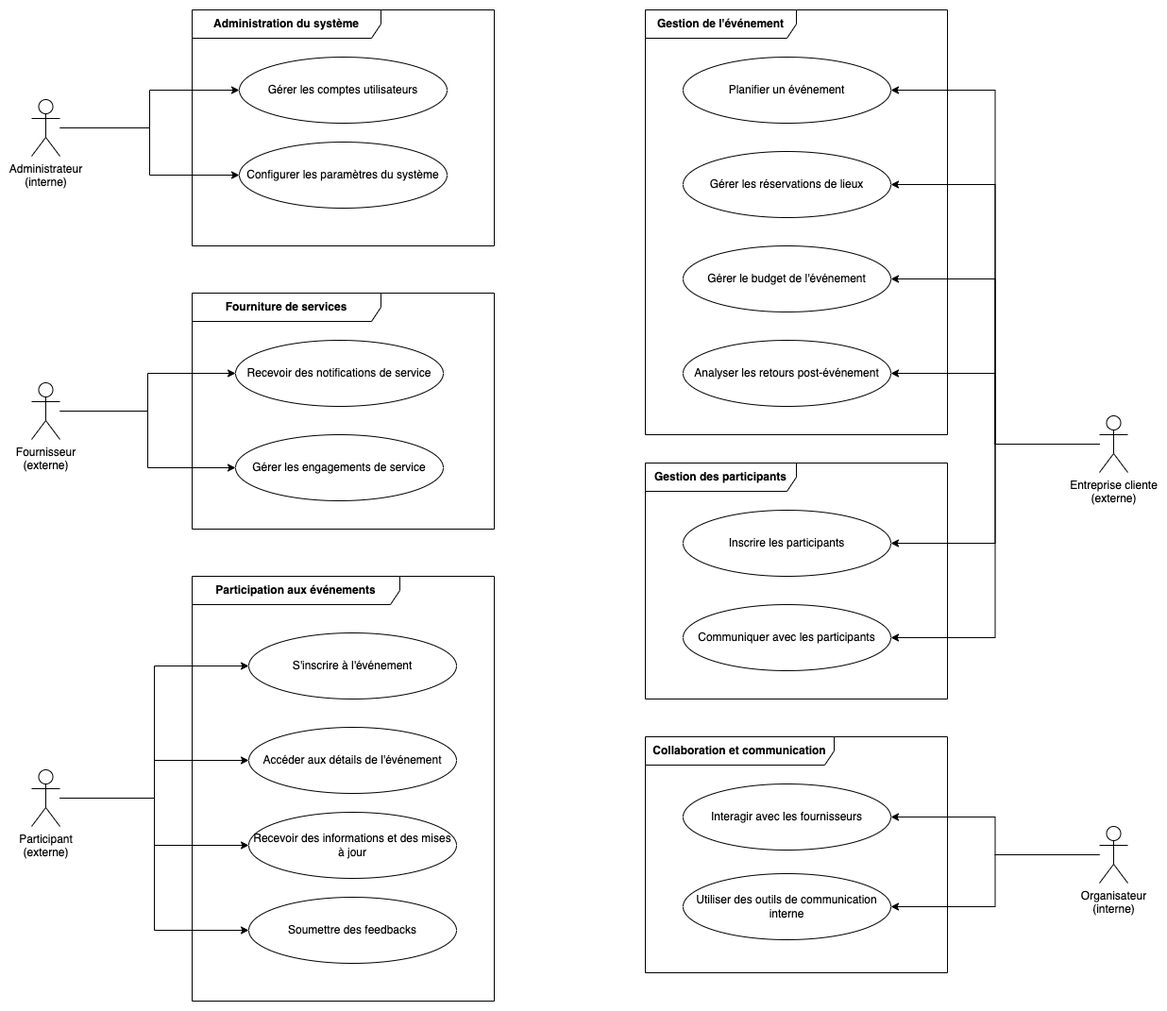
This is UML/Exercices/Correction/02a - Cas d'Utilisation - Diagramme.png from nicolasvauchenet/cours_methodologie_1, a draw.io export, as it was before one commit. Source tidied: cells renumbered, new cells last; positions are measured from the earlier drawing's top-left corner, leaving out a move shared by most shapes.
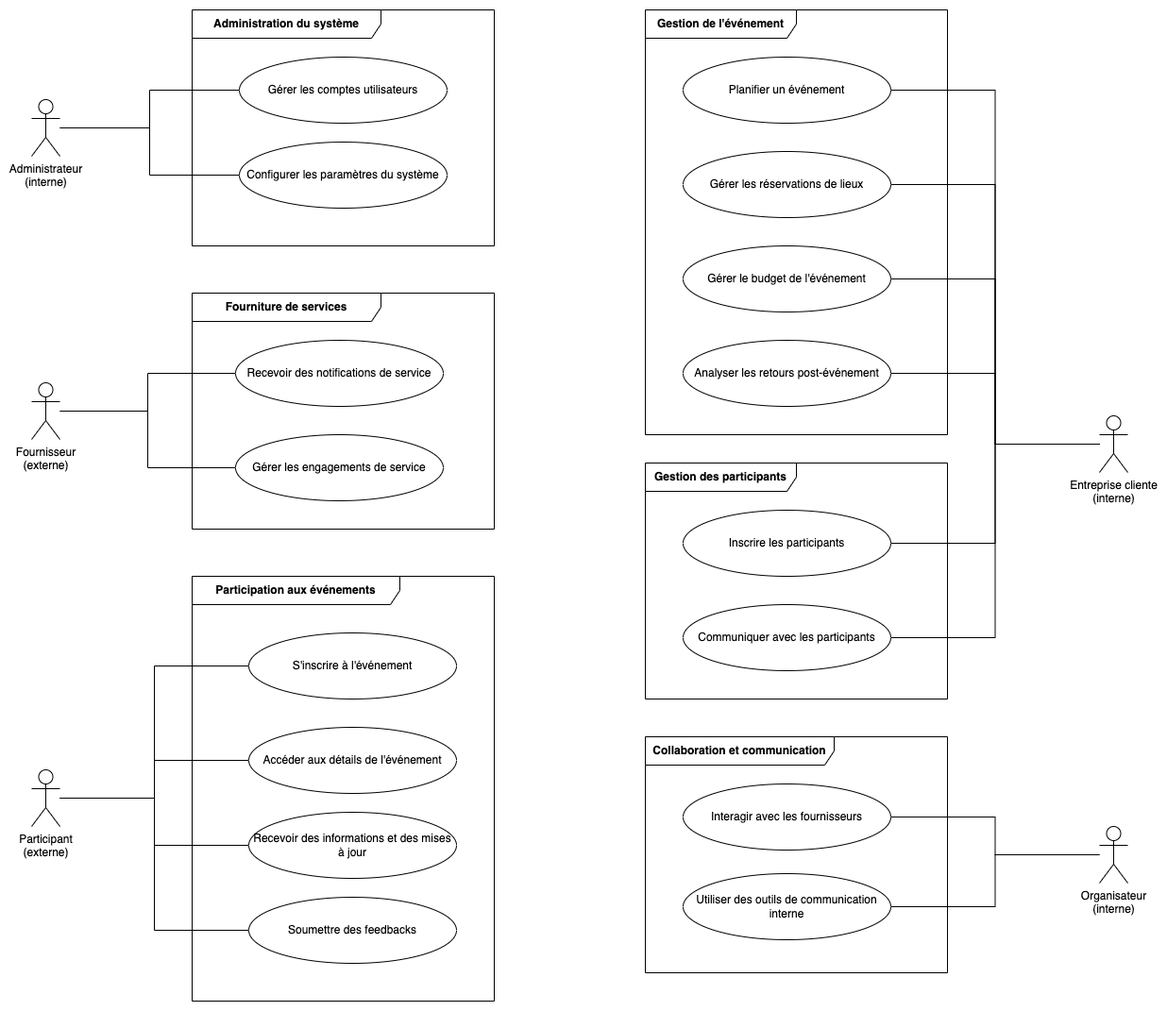
The same diagram one commit later.

Commit message:
Fix Use Case - Exercice a

Diff of the diagram source:
```diff
@@ -2,64 +2,64 @@
   <root>
     <mxCell id="0" />
     <mxCell id="1" parent="0" />
-    <mxCell id="2" style="edgeStyle=orthogonalEdgeStyle;rounded=0;jettySize=auto;html=1;entryX=0;entryY=0.5;entryDx=0;entryDy=0;" parent="1" edge="1" source="4" target="23">
+    <mxCell id="2" style="edgeStyle=orthogonalEdgeStyle;rounded=0;jettySize=auto;html=1;entryX=0;entryY=0.5;entryDx=0;entryDy=0;endArrow=none;endFill=0;" parent="1" edge="1" source="4" target="23">
       <mxGeometry relative="1" as="geometry" />
     </mxCell>
-    <mxCell id="3" style="edgeStyle=orthogonalEdgeStyle;rounded=0;jettySize=auto;html=1;entryX=0;entryY=0.5;entryDx=0;entryDy=0;" parent="1" edge="1" source="4" target="24">
+    <mxCell id="3" style="edgeStyle=orthogonalEdgeStyle;rounded=0;jettySize=auto;html=1;entryX=0;entryY=0.5;entryDx=0;entryDy=0;endArrow=none;endFill=0;" parent="1" edge="1" source="4" target="24">
       <mxGeometry relative="1" as="geometry" />
     </mxCell>
     <mxCell id="4" value="Administrateur&lt;br&gt;(interne)" style="shape=umlActor;verticalLabelPosition=bottom;verticalAlign=top;html=1;outlineConnect=0;" parent="1" vertex="1">
       <mxGeometry y="95" width="30" height="60" as="geometry" />
     </mxCell>
-    <mxCell id="5" style="edgeStyle=orthogonalEdgeStyle;rounded=0;jettySize=auto;html=1;entryX=1;entryY=0.5;entryDx=0;entryDy=0;" parent="1" edge="1" source="7" target="36">
+    <mxCell id="5" style="edgeStyle=orthogonalEdgeStyle;rounded=0;jettySize=auto;html=1;entryX=1;entryY=0.5;entryDx=0;entryDy=0;endArrow=none;endFill=0;" parent="1" edge="1" source="7" target="36">
       <mxGeometry relative="1" as="geometry" />
     </mxCell>
-    <mxCell id="6" style="edgeStyle=orthogonalEdgeStyle;rounded=0;jettySize=auto;html=1;entryX=1;entryY=0.5;entryDx=0;entryDy=0;" parent="1" edge="1" source="7" target="37">
+    <mxCell id="6" style="edgeStyle=orthogonalEdgeStyle;rounded=0;jettySize=auto;html=1;entryX=1;entryY=0.5;entryDx=0;entryDy=0;endArrow=none;endFill=0;" parent="1" edge="1" source="7" target="37">
       <mxGeometry relative="1" as="geometry" />
     </mxCell>
     <mxCell id="7" value="Organisateur&lt;br&gt;(interne)" style="shape=umlActor;verticalLabelPosition=bottom;verticalAlign=top;html=1;outlineConnect=0;" parent="1" vertex="1">
       <mxGeometry x="1131" y="865" width="30" height="60" as="geometry" />
     </mxCell>
-    <mxCell id="8" style="edgeStyle=orthogonalEdgeStyle;rounded=0;jettySize=auto;html=1;entryX=1;entryY=0.5;entryDx=0;entryDy=0;" parent="1" edge="1" source="14" target="28">
+    <mxCell id="8" style="edgeStyle=orthogonalEdgeStyle;rounded=0;jettySize=auto;html=1;entryX=1;entryY=0.5;entryDx=0;entryDy=0;endArrow=none;endFill=0;" parent="1" edge="1" source="14" target="28">
       <mxGeometry relative="1" as="geometry" />
     </mxCell>
-    <mxCell id="9" style="edgeStyle=orthogonalEdgeStyle;rounded=0;jettySize=auto;html=1;entryX=1;entryY=0.5;entryDx=0;entryDy=0;" parent="1" edge="1" source="14" target="29">
+    <mxCell id="9" style="edgeStyle=orthogonalEdgeStyle;rounded=0;jettySize=auto;html=1;entryX=1;entryY=0.5;entryDx=0;entryDy=0;endArrow=none;endFill=0;" parent="1" edge="1" source="14" target="29">
       <mxGeometry relative="1" as="geometry" />
     </mxCell>
-    <mxCell id="10" style="edgeStyle=orthogonalEdgeStyle;rounded=0;jettySize=auto;html=1;entryX=1;entryY=0.5;entryDx=0;entryDy=0;" parent="1" edge="1" source="14" target="31">
+    <mxCell id="10" style="edgeStyle=orthogonalEdgeStyle;rounded=0;jettySize=auto;html=1;entryX=1;entryY=0.5;entryDx=0;entryDy=0;endArrow=none;endFill=0;" parent="1" edge="1" source="14" target="31">
       <mxGeometry relative="1" as="geometry" />
     </mxCell>
-    <mxCell id="11" style="edgeStyle=orthogonalEdgeStyle;rounded=0;jettySize=auto;html=1;entryX=1;entryY=0.5;entryDx=0;entryDy=0;" parent="1" edge="1" source="14" target="30">
+    <mxCell id="11" style="edgeStyle=orthogonalEdgeStyle;rounded=0;jettySize=auto;html=1;entryX=1;entryY=0.5;entryDx=0;entryDy=0;endArrow=none;endFill=0;" parent="1" edge="1" source="14" target="30">
       <mxGeometry relative="1" as="geometry" />
     </mxCell>
-    <mxCell id="12" style="edgeStyle=orthogonalEdgeStyle;rounded=0;jettySize=auto;html=1;entryX=1;entryY=0.5;entryDx=0;entryDy=0;" parent="1" edge="1" source="14" target="33">
+    <mxCell id="12" style="edgeStyle=orthogonalEdgeStyle;rounded=0;jettySize=auto;html=1;entryX=1;entryY=0.5;entryDx=0;entryDy=0;endArrow=none;endFill=0;" parent="1" edge="1" source="14" target="33">
       <mxGeometry relative="1" as="geometry" />
     </mxCell>
-    <mxCell id="13" style="edgeStyle=orthogonalEdgeStyle;rounded=0;jettySize=auto;html=1;entryX=1;entryY=0.5;entryDx=0;entryDy=0;" parent="1" edge="1" source="14" target="34">
+    <mxCell id="13" style="edgeStyle=orthogonalEdgeStyle;rounded=0;jettySize=auto;html=1;entryX=1;entryY=0.5;entryDx=0;entryDy=0;endArrow=none;endFill=0;" parent="1" edge="1" source="14" target="34">
       <mxGeometry relative="1" as="geometry" />
     </mxCell>
-    <mxCell id="14" value="Entreprise cliente&lt;br&gt;(externe)" style="shape=umlActor;verticalLabelPosition=bottom;verticalAlign=top;html=1;outlineConnect=0;" parent="1" vertex="1">
+    <mxCell id="14" value="Entreprise cliente&lt;br&gt;(interne)" style="shape=umlActor;verticalLabelPosition=bottom;verticalAlign=top;html=1;outlineConnect=0;" parent="1" vertex="1">
       <mxGeometry x="1131" y="430" width="30" height="60" as="geometry" />
     </mxCell>
-    <mxCell id="15" style="edgeStyle=orthogonalEdgeStyle;rounded=0;jettySize=auto;html=1;entryX=0;entryY=0.5;entryDx=0;entryDy=0;" parent="1" edge="1" source="17" target="25">
+    <mxCell id="15" style="edgeStyle=orthogonalEdgeStyle;rounded=0;jettySize=auto;html=1;entryX=0;entryY=0.5;entryDx=0;entryDy=0;endArrow=none;endFill=0;" parent="1" edge="1" source="17" target="25">
       <mxGeometry relative="1" as="geometry" />
     </mxCell>
-    <mxCell id="16" style="edgeStyle=orthogonalEdgeStyle;rounded=0;jettySize=auto;html=1;entryX=0;entryY=0.5;entryDx=0;entryDy=0;" parent="1" edge="1" source="17" target="26">
+    <mxCell id="16" style="edgeStyle=orthogonalEdgeStyle;rounded=0;jettySize=auto;html=1;entryX=0;entryY=0.5;entryDx=0;entryDy=0;endArrow=none;endFill=0;" parent="1" edge="1" source="17" target="26">
       <mxGeometry relative="1" as="geometry" />
     </mxCell>
     <mxCell id="17" value="Fournisseur&lt;br&gt;(externe)" style="shape=umlActor;verticalLabelPosition=bottom;verticalAlign=top;html=1;outlineConnect=0;" parent="1" vertex="1">
       <mxGeometry y="395" width="30" height="60" as="geometry" />
     </mxCell>
-    <mxCell id="18" style="edgeStyle=orthogonalEdgeStyle;rounded=0;jettySize=auto;html=1;entryX=0;entryY=0.5;entryDx=0;entryDy=0;" parent="1" edge="1" source="22" target="41">
+    <mxCell id="18" style="edgeStyle=orthogonalEdgeStyle;rounded=0;jettySize=auto;html=1;entryX=0;entryY=0.5;entryDx=0;entryDy=0;endArrow=none;endFill=0;" parent="1" edge="1" source="22" target="41">
       <mxGeometry relative="1" as="geometry" />
     </mxCell>
-    <mxCell id="19" style="edgeStyle=orthogonalEdgeStyle;rounded=0;jettySize=auto;html=1;entryX=0;entryY=0.5;entryDx=0;entryDy=0;" parent="1" edge="1" source="22" target="40">
+    <mxCell id="19" style="edgeStyle=orthogonalEdgeStyle;rounded=0;jettySize=auto;html=1;entryX=0;entryY=0.5;entryDx=0;entryDy=0;endArrow=none;endFill=0;" parent="1" edge="1" source="22" target="40">
       <mxGeometry relative="1" as="geometry" />
     </mxCell>
-    <mxCell id="20" style="edgeStyle=orthogonalEdgeStyle;rounded=0;jettySize=auto;html=1;entryX=0;entryY=0.5;entryDx=0;entryDy=0;" parent="1" edge="1" source="22" target="43">
+    <mxCell id="20" style="edgeStyle=orthogonalEdgeStyle;rounded=0;jettySize=auto;html=1;entryX=0;entryY=0.5;entryDx=0;entryDy=0;endArrow=none;endFill=0;" parent="1" edge="1" source="22" target="43">
       <mxGeometry relative="1" as="geometry" />
     </mxCell>
-    <mxCell id="21" style="edgeStyle=orthogonalEdgeStyle;rounded=0;jettySize=auto;html=1;entryX=0;entryY=0.5;entryDx=0;entryDy=0;" parent="1" edge="1" source="22" target="42">
+    <mxCell id="21" style="edgeStyle=orthogonalEdgeStyle;rounded=0;jettySize=auto;html=1;entryX=0;entryY=0.5;entryDx=0;entryDy=0;endArrow=none;endFill=0;" parent="1" edge="1" source="22" target="42">
       <mxGeometry relative="1" as="geometry" />
     </mxCell>
     <mxCell id="22" value="Participant&lt;div&gt;(externe)&lt;/div&gt;" style="shape=umlActor;verticalLabelPosition=bottom;verticalAlign=top;html=1;outlineConnect=0;" parent="1" vertex="1">
```
